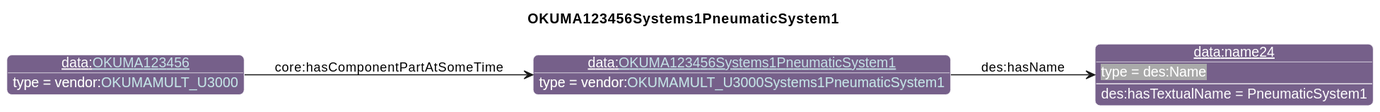
The PlantUML diagram diagrams/OKUMA123456Systems1PneumaticSystem1.svg in iofoundry/example-syseng-mtconnect, before a commit.
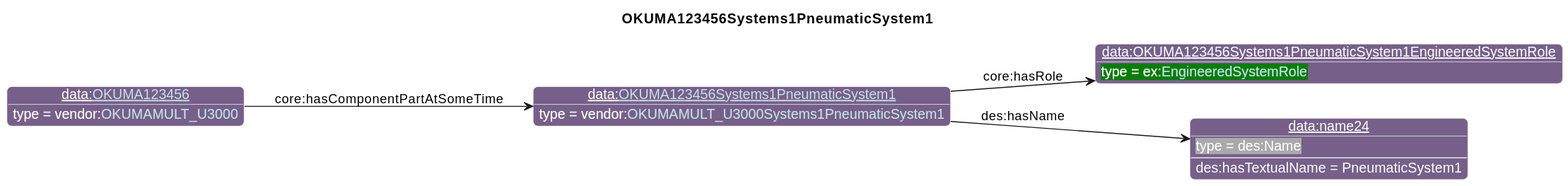
Later version of the same file.

Change to the diagram source:
```diff
@@ -26,9 +26,11 @@
                       "qp":"641B2E"
       }
 individual(o0, data:[[./OKUMA123456Systems1PneumaticSystem1.html OKUMA123456Systems1PneumaticSystem1]], vendor:[[../OKUMA.html#OKUMAMULT_U3000Systems1PneumaticSystem1 OKUMAMULT_U3000Systems1PneumaticSystem1]])
-individual(o1, data:name24, des:Name)
-individual(o2, data:[[./OKUMA123456.html OKUMA123456]], vendor:[[../OKUMA.html#OKUMAMULT_U3000 OKUMAMULT_U3000]])
-property(o0, "des:hasName", o1)
-data(o1, "des:hasTextualName", "PneumaticSystem1")
-property(o2, "core:hasComponentPartAtSomeTime", o0)
+individual(o1, data:OKUMA123456Systems1PneumaticSystem1EngineeredSystemRole, ex:[[../Example.html#EngineeredSystemRole EngineeredSystemRole]])
+individual(o2, data:name24, des:Name)
+individual(o3, data:[[./OKUMA123456.html OKUMA123456]], vendor:[[../OKUMA.html#OKUMAMULT_U3000 OKUMAMULT_U3000]])
+property(o0, "core:hasRole", o1)
+property(o0, "des:hasName", o2)
+data(o2, "des:hasTextualName", "PneumaticSystem1")
+property(o3, "core:hasComponentPartAtSomeTime", o0)
 @enduml
```
